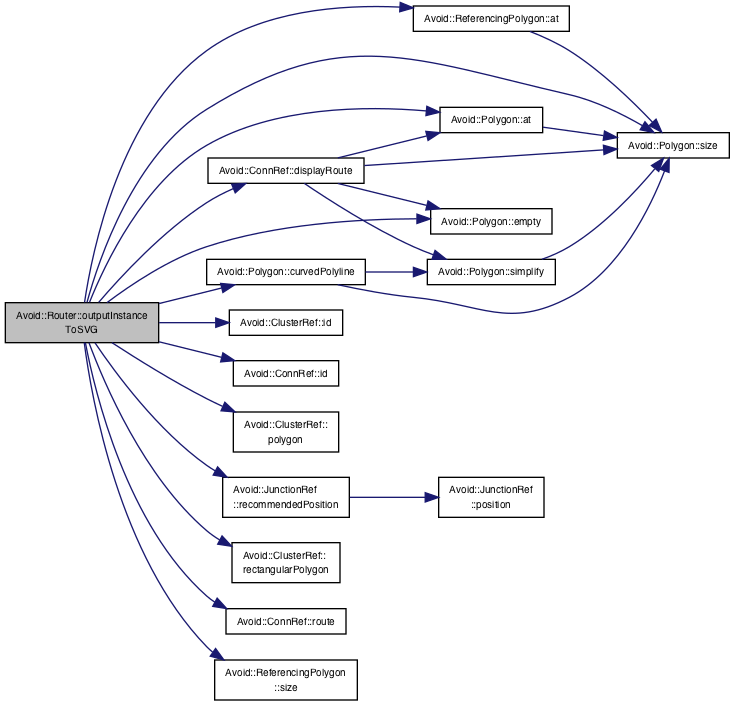
mjwybrow/adaptagrams keeps this Graphviz diagram as documentation/classAvoid_1_1Router_a458aae2d6447e0958e4916a8c29bbb47_cgraph.png. Above is the earlier version. Its source is kept beside it as documentation/classAvoid_1_1Router_a458aae2d6447e0958e4916a8c29bbb47_cgraph.dot.
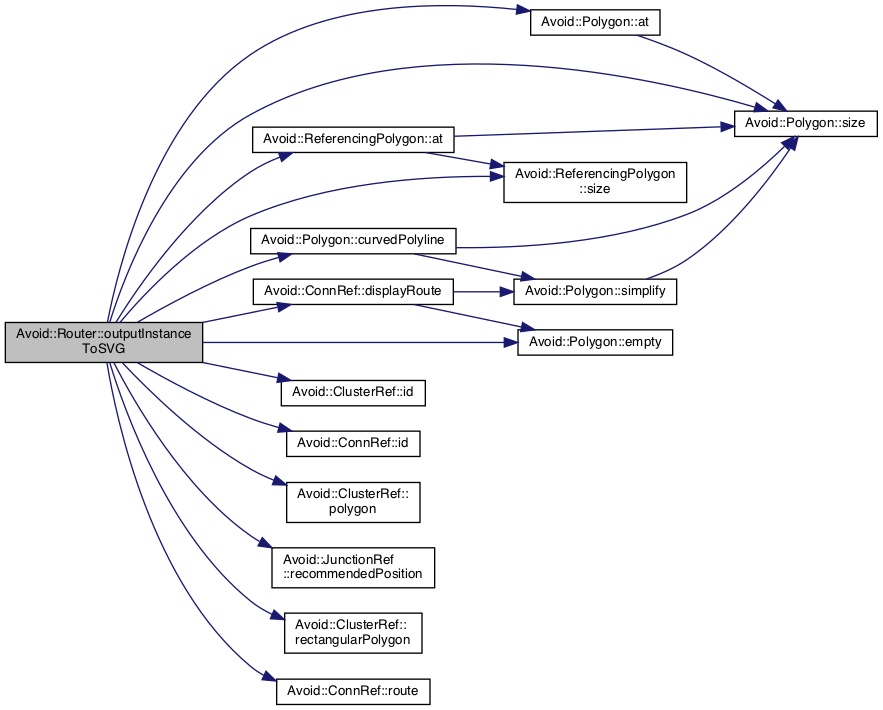
Above is the later version.

What changed in the source:
```diff
@@ -3,43 +3,40 @@
   edge [fontname="Helvetica",fontsize="10",labelfontname="Helvetica",labelfontsize="10"];
   node [fontname="Helvetica",fontsize="10",shape=record];
   rankdir="LR";
-  Node107 [label="Avoid::Router::outputInstance\lToSVG",height=0.2,width=0.4,color="black", fillcolor="grey75", style="filled", fontcolor="black"];
-  Node107 -> Node108 [color="midnightblue",fontsize="10",style="solid",fontname="Helvetica"];
-  Node108 [label="Avoid::Polygon::at",height=0.2,width=0.4,color="black", fillcolor="white", style="filled",URL="$classAvoid_1_1Polygon.html#ab2772d0cf1d0aad817a9814e20fce5ab",tooltip="Returns a specific point in the polygon. "];
-  Node108 -> Node109 [color="midnightblue",fontsize="10",style="solid",fontname="Helvetica"];
-  Node109 [label="Avoid::Polygon::size",height=0.2,width=0.4,color="black", fillcolor="white", style="filled",URL="$classAvoid_1_1Polygon.html#a2f9e9c8c78407eefbde944e663d9711e",tooltip="Returns the number of points in this polygon. "];
-  Node107 -> Node110 [color="midnightblue",fontsize="10",style="solid",fontname="Helvetica"];
-  Node110 [label="Avoid::ReferencingPolygon::at",height=0.2,width=0.4,color="black", fillcolor="white", style="filled",URL="$classAvoid_1_1ReferencingPolygon.html#a168bb0af7ba4147861f6b326d088da71",tooltip="Returns a specific point in the polygon. "];
-  Node110 -> Node109 [color="midnightblue",fontsize="10",style="solid",fontname="Helvetica"];
-  Node107 -> Node111 [color="midnightblue",fontsize="10",style="solid",fontname="Helvetica"];
-  Node111 [label="Avoid::Polygon::curvedPolyline",height=0.2,width=0.4,color="black", fillcolor="white", style="filled",URL="$classAvoid_1_1Polygon.html#a35ab2aa804cc40ae127e0641e254d268",tooltip="Returns a curved approximation of this multi-segment PolyLine, with the corners replaced by smooth Be..."];
-  Node111 -> Node112 [color="midnightblue",fontsize="10",style="solid",fontname="Helvetica"];
-  Node112 [label="Avoid::Polygon::simplify",height=0.2,width=0.4,color="black", fillcolor="white", style="filled",URL="$classAvoid_1_1Polygon.html#a2d3a0deb96bbff214b7035e481f0f0e8",tooltip="Returns a simplified Polyline, where all collinear line segments have been collapsed down into single..."];
-  Node112 -> Node109 [color="midnightblue",fontsize="10",style="solid",fontname="Helvetica"];
-  Node111 -> Node109 [color="midnightblue",fontsize="10",style="solid",fontname="Helvetica"];
-  Node107 -> Node113 [color="midnightblue",fontsize="10",style="solid",fontname="Helvetica"];
-  Node113 [label="Avoid::ConnRef::displayRoute",height=0.2,width=0.4,color="black", fillcolor="white", style="filled",URL="$classAvoid_1_1ConnRef.html#ab7462cd69bd1d2c4dd318119558b4a94",tooltip="Returns a reference to the current display version of the route for the connector. "];
-  Node113 -> Node108 [color="midnightblue",fontsize="10",style="solid",fontname="Helvetica"];
-  Node113 -> Node114 [color="midnightblue",fontsize="10",style="solid",fontname="Helvetica"];
-  Node114 [label="Avoid::Polygon::empty",height=0.2,width=0.4,color="black", fillcolor="white", style="filled",URL="$classAvoid_1_1Polygon.html#a477d0e8e93509d7955d1f4b4ca0abb0d",tooltip="Returns true if this polygon is empty. "];
-  Node113 -> Node112 [color="midnightblue",fontsize="10",style="solid",fontname="Helvetica"];
-  Node113 -> Node109 [color="midnightblue",fontsize="10",style="solid",fontname="Helvetica"];
-  Node107 -> Node114 [color="midnightblue",fontsize="10",style="solid",fontname="Helvetica"];
-  Node107 -> Node115 [color="midnightblue",fontsize="10",style="solid",fontname="Helvetica"];
-  Node115 [label="Avoid::ClusterRef::id",height=0.2,width=0.4,color="black", fillcolor="white", style="filled",URL="$classAvoid_1_1ClusterRef.html#a7a25b0c34cdad039906693265a9caac8",tooltip="Returns the ID of this cluster. "];
-  Node107 -> Node116 [color="midnightblue",fontsize="10",style="solid",fontname="Helvetica"];
-  Node116 [label="Avoid::ConnRef::id",height=0.2,width=0.4,color="black", fillcolor="white", style="filled",URL="$classAvoid_1_1ConnRef.html#a053841a1fdef00b1e90f20f563e1c259",tooltip="Returns the ID of this connector. "];
-  Node107 -> Node117 [color="midnightblue",fontsize="10",style="solid",fontname="Helvetica"];
-  Node117 [label="Avoid::ClusterRef::\lpolygon",height=0.2,width=0.4,color="black", fillcolor="white", style="filled",URL="$classAvoid_1_1ClusterRef.html#acd1fa20b079253d53d27abf50d2a8933",tooltip="Returns a reference to the polygon boundary of this cluster. "];
-  Node107 -> Node118 [color="midnightblue",fontsize="10",style="solid",fontname="Helvetica"];
-  Node118 [label="Avoid::JunctionRef\l::recommendedPosition",height=0.2,width=0.4,color="black", fillcolor="white", style="filled",URL="$classAvoid_1_1JunctionRef.html#a5b376e38102c5e4c9b625be21a9e46d5",tooltip="Returns a recommended position for the junction based on improving hyperedge routes. This value will be set during routing when the improveHyperedgeRoutesMovingJunctions router option is set (the default). "];
-  Node118 -> Node119 [color="midnightblue",fontsize="10",style="solid",fontname="Helvetica"];
-  Node119 [label="Avoid::JunctionRef\l::position",height=0.2,width=0.4,color="black", fillcolor="white", style="filled",URL="$classAvoid_1_1JunctionRef.html#af66cab7216d077ac124674c7c5f08e05",tooltip="Returns the position of this junction. "];
-  Node107 -> Node120 [color="midnightblue",fontsize="10",style="solid",fontname="Helvetica"];
-  Node120 [label="Avoid::ClusterRef::\lrectangularPolygon",height=0.2,width=0.4,color="black", fillcolor="white", style="filled",URL="$classAvoid_1_1ClusterRef.html#af7877b59ea4cb2939047f785382f8008",tooltip="Returns a reference to the rectangular boundary of this cluster. "];
-  Node107 -> Node121 [color="midnightblue",fontsize="10",style="solid",fontname="Helvetica"];
-  Node121 [label="Avoid::ConnRef::route",height=0.2,width=0.4,color="black", fillcolor="white", style="filled",URL="$classAvoid_1_1ConnRef.html#a0d90245fbe772d30723bd578efa3a45d",tooltip="Returns a reference to the current raw \"debug\" route for the connector. "];
-  Node107 -> Node109 [color="midnightblue",fontsize="10",style="solid",fontname="Helvetica"];
-  Node107 -> Node122 [color="midnightblue",fontsize="10",style="solid",fontname="Helvetica"];
-  Node122 [label="Avoid::ReferencingPolygon\l::size",height=0.2,width=0.4,color="black", fillcolor="white", style="filled",URL="$classAvoid_1_1ReferencingPolygon.html#a1dde474f3703dfe854768d5857a94067",tooltip="Returns the number of points in this polygon. "];
+  Node40 [label="Avoid::Router::outputInstance\lToSVG",height=0.2,width=0.4,color="black", fillcolor="grey75", style="filled", fontcolor="black"];
+  Node40 -> Node41 [color="midnightblue",fontsize="10",style="solid",fontname="Helvetica"];
+  Node41 [label="Avoid::Polygon::at",height=0.2,width=0.4,color="black", fillcolor="white", style="filled",URL="$classAvoid_1_1Polygon.html#ab2772d0cf1d0aad817a9814e20fce5ab",tooltip="Returns a specific point in the polygon. "];
+  Node41 -> Node42 [color="midnightblue",fontsize="10",style="solid",fontname="Helvetica"];
+  Node42 [label="Avoid::Polygon::size",height=0.2,width=0.4,color="black", fillcolor="white", style="filled",URL="$classAvoid_1_1Polygon.html#a2f9e9c8c78407eefbde944e663d9711e",tooltip="Returns the number of points in this polygon. "];
+  Node40 -> Node43 [color="midnightblue",fontsize="10",style="solid",fontname="Helvetica"];
+  Node43 [label="Avoid::ReferencingPolygon::at",height=0.2,width=0.4,color="black", fillcolor="white", style="filled",URL="$classAvoid_1_1ReferencingPolygon.html#a168bb0af7ba4147861f6b326d088da71",tooltip="Returns a specific point in the polygon. "];
+  Node43 -> Node42 [color="midnightblue",fontsize="10",style="solid",fontname="Helvetica"];
+  Node43 -> Node44 [color="midnightblue",fontsize="10",style="solid",fontname="Helvetica"];
+  Node44 [label="Avoid::ReferencingPolygon\l::size",height=0.2,width=0.4,color="black", fillcolor="white", style="filled",URL="$classAvoid_1_1ReferencingPolygon.html#a1dde474f3703dfe854768d5857a94067",tooltip="Returns the number of points in this polygon. "];
+  Node40 -> Node45 [color="midnightblue",fontsize="10",style="solid",fontname="Helvetica"];
+  Node45 [label="Avoid::Polygon::curvedPolyline",height=0.2,width=0.4,color="black", fillcolor="white", style="filled",URL="$classAvoid_1_1Polygon.html#a35ab2aa804cc40ae127e0641e254d268",tooltip="Returns a curved approximation of this multi-segment PolyLine, with the corners replaced by smooth Be..."];
+  Node45 -> Node46 [color="midnightblue",fontsize="10",style="solid",fontname="Helvetica"];
+  Node46 [label="Avoid::Polygon::simplify",height=0.2,width=0.4,color="black", fillcolor="white", style="filled",URL="$classAvoid_1_1Polygon.html#a2d3a0deb96bbff214b7035e481f0f0e8",tooltip="Returns a simplified Polyline, where all collinear line segments have been collapsed down into single..."];
+  Node46 -> Node42 [color="midnightblue",fontsize="10",style="solid",fontname="Helvetica"];
+  Node45 -> Node42 [color="midnightblue",fontsize="10",style="solid",fontname="Helvetica"];
+  Node40 -> Node47 [color="midnightblue",fontsize="10",style="solid",fontname="Helvetica"];
+  Node47 [label="Avoid::ConnRef::displayRoute",height=0.2,width=0.4,color="black", fillcolor="white", style="filled",URL="$classAvoid_1_1ConnRef.html#ab7462cd69bd1d2c4dd318119558b4a94",tooltip="Returns a reference to the current display version of the route for the connector. "];
+  Node47 -> Node48 [color="midnightblue",fontsize="10",style="solid",fontname="Helvetica"];
+  Node48 [label="Avoid::Polygon::empty",height=0.2,width=0.4,color="black", fillcolor="white", style="filled",URL="$classAvoid_1_1Polygon.html#a477d0e8e93509d7955d1f4b4ca0abb0d",tooltip="Returns true if this polygon is empty. "];
+  Node47 -> Node46 [color="midnightblue",fontsize="10",style="solid",fontname="Helvetica"];
+  Node40 -> Node48 [color="midnightblue",fontsize="10",style="solid",fontname="Helvetica"];
+  Node40 -> Node49 [color="midnightblue",fontsize="10",style="solid",fontname="Helvetica"];
+  Node49 [label="Avoid::ClusterRef::id",height=0.2,width=0.4,color="black", fillcolor="white", style="filled",URL="$classAvoid_1_1ClusterRef.html#a7a25b0c34cdad039906693265a9caac8",tooltip="Returns the ID of this cluster. "];
+  Node40 -> Node50 [color="midnightblue",fontsize="10",style="solid",fontname="Helvetica"];
+  Node50 [label="Avoid::ConnRef::id",height=0.2,width=0.4,color="black", fillcolor="white", style="filled",URL="$classAvoid_1_1ConnRef.html#a053841a1fdef00b1e90f20f563e1c259",tooltip="Returns the ID of this connector. "];
+  Node40 -> Node51 [color="midnightblue",fontsize="10",style="solid",fontname="Helvetica"];
+  Node51 [label="Avoid::ClusterRef::\lpolygon",height=0.2,width=0.4,color="black", fillcolor="white", style="filled",URL="$classAvoid_1_1ClusterRef.html#acd1fa20b079253d53d27abf50d2a8933",tooltip="Returns a reference to the polygon boundary of this cluster. "];
+  Node40 -> Node52 [color="midnightblue",fontsize="10",style="solid",fontname="Helvetica"];
+  Node52 [label="Avoid::JunctionRef\l::recommendedPosition",height=0.2,width=0.4,color="black", fillcolor="white", style="filled",URL="$classAvoid_1_1JunctionRef.html#a5b376e38102c5e4c9b625be21a9e46d5",tooltip="Returns a recommended position for the junction based on improving hyperedge routes. This value will be set during routing when the improveHyperedgeRoutesMovingJunctions router option is set (the default). "];
+  Node40 -> Node53 [color="midnightblue",fontsize="10",style="solid",fontname="Helvetica"];
+  Node53 [label="Avoid::ClusterRef::\lrectangularPolygon",height=0.2,width=0.4,color="black", fillcolor="white", style="filled",URL="$classAvoid_1_1ClusterRef.html#af7877b59ea4cb2939047f785382f8008",tooltip="Returns a reference to the rectangular boundary of this cluster. "];
+  Node40 -> Node54 [color="midnightblue",fontsize="10",style="solid",fontname="Helvetica"];
+  Node54 [label="Avoid::ConnRef::route",height=0.2,width=0.4,color="black", fillcolor="white", style="filled",URL="$classAvoid_1_1ConnRef.html#a0d90245fbe772d30723bd578efa3a45d",tooltip="Returns a reference to the current raw \"debug\" route for the connector. "];
+  Node40 -> Node42 [color="midnightblue",fontsize="10",style="solid",fontname="Helvetica"];
+  Node40 -> Node44 [color="midnightblue",fontsize="10",style="solid",fontname="Helvetica"];
 }
```
